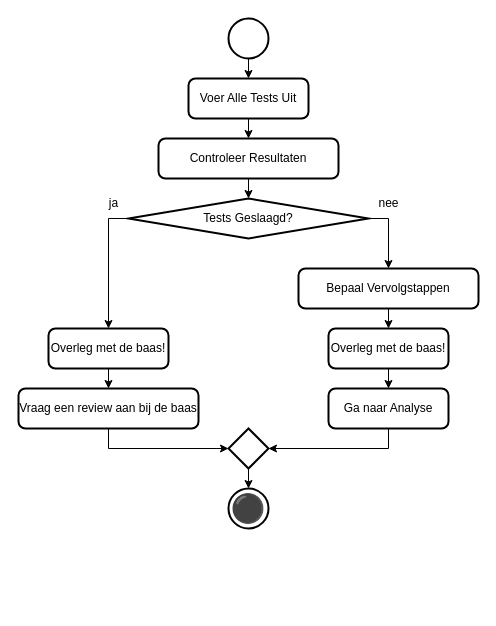
Earlier version of the draw.io diagram 5 Issue Tracker test.drawio (Zaibatsu89/IssueTracker). Source tidied: cells renumbered, new cells numbered last; positions are measured from the earlier drawing's top-left corner, leaving out a move shared by most shapes. Both pictures are drawn from the tidied source at 100%, with x=0, y=0 at pixel (18, 18).
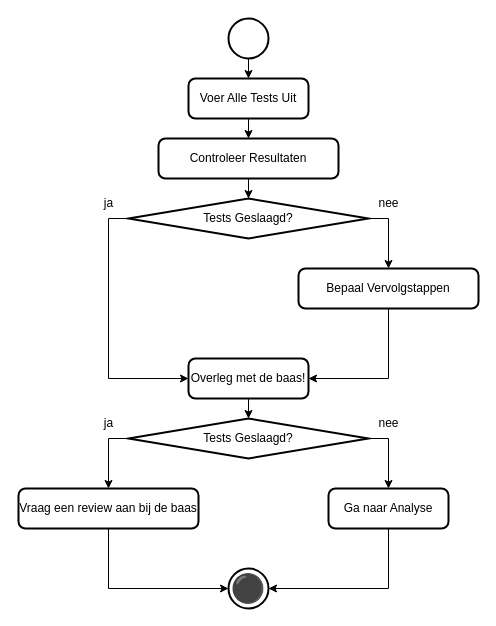
The same diagram, later.

The change refers to these unchanged cells:
```xml
<mxCell id="9" value="Tests Geslaagd?" style="strokeWidth=2;html=1;shape=mxgraph.flowchart.decision;whiteSpace=wrap;" parent="1" vertex="1">
  <mxGeometry x="110" y="180" width="240" height="40" as="geometry" />
</mxCell>
<mxCell id="13" value="Bepaal Vervolgstappen" style="rounded=1;whiteSpace=wrap;html=1;absoluteArcSize=1;arcSize=14;strokeWidth=2;" parent="1" vertex="1">
  <mxGeometry x="280" y="250" width="180" height="40" as="geometry" />
</mxCell>
```

What changed in the source:
```diff
@@
-    <mxCell id="8" style="edgeStyle=orthogonalEdgeStyle;rounded=0;jettySize=auto;html=1;exitX=0;exitY=0.5;exitDx=0;exitDy=0;exitPerimeter=0;entryX=0.5;entryY=0;entryDx=0;entryDy=0;" parent="1" edge="1" source="9" target="23">
-      <mxGeometry relative="1" as="geometry" />
-    </mxCell>
+    <mxCell id="26" style="edgeStyle=orthogonalEdgeStyle;rounded=0;jettySize=auto;html=1;exitX=0;exitY=0.5;exitDx=0;exitDy=0;exitPerimeter=0;entryX=0;entryY=0.5;entryDx=0;entryDy=0;" parent="1" edge="1" source="9" target="25">
+      <mxGeometry relative="1" as="geometry" />
+    </mxCell>
@@
     <mxCell id="11" value="Vraag een review aan bij de baas" style="rounded=1;whiteSpace=wrap;html=1;absoluteArcSize=1;arcSize=14;strokeWidth=2;" parent="1" vertex="1">
-      <mxGeometry y="370" width="180" height="40" as="geometry" />
+      <mxGeometry y="470" width="180" height="40" as="geometry" />
     </mxCell>
-    <mxCell id="12" style="edgeStyle=orthogonalEdgeStyle;rounded=0;jettySize=auto;html=1;exitX=0.5;exitY=1;exitDx=0;exitDy=0;entryX=0.5;entryY=0;entryDx=0;entryDy=0;" parent="1" edge="1" source="13" target="25">
+    <mxCell id="12" style="edgeStyle=orthogonalEdgeStyle;rounded=0;jettySize=auto;html=1;exitX=0.5;exitY=1;exitDx=0;exitDy=0;entryX=1;entryY=0.5;entryDx=0;entryDy=0;" parent="1" edge="1" source="13" target="25">
       <mxGeometry relative="1" as="geometry" />
     </mxCell>
@@
     <mxCell id="14" value="Ga naar Analyse" style="rounded=1;whiteSpace=wrap;html=1;absoluteArcSize=1;arcSize=14;strokeWidth=2;" parent="1" vertex="1">
-      <mxGeometry x="310" y="370" width="120" height="40" as="geometry" />
+      <mxGeometry x="310" y="470" width="120" height="40" as="geometry" />
     </mxCell>
-    <mxCell id="15" style="strokeWidth=2;html=1;shape=mxgraph.flowchart.decision;whiteSpace=wrap;" parent="1" vertex="1">
-      <mxGeometry x="210" y="410" width="40" height="40" as="geometry" />
-    </mxCell>
-    <mxCell id="16" style="edgeStyle=orthogonalEdgeStyle;rounded=0;jettySize=auto;html=1;exitX=0.5;exitY=1;exitDx=0;exitDy=0;entryX=1;entryY=0.5;entryDx=0;entryDy=0;entryPerimeter=0;" parent="1" edge="1" source="14" target="15">
-      <mxGeometry relative="1" as="geometry" />
-    </mxCell>
-    <mxCell id="17" style="edgeStyle=orthogonalEdgeStyle;rounded=0;jettySize=auto;html=1;exitX=0.5;exitY=1;exitDx=0;exitDy=0;entryX=0;entryY=0.5;entryDx=0;entryDy=0;entryPerimeter=0;" parent="1" edge="1" source="11" target="15">
-      <mxGeometry relative="1" as="geometry" />
-    </mxCell>
     <mxCell id="18" value="⚫" style="strokeWidth=2;html=1;shape=mxgraph.flowchart.start_2;whiteSpace=wrap;fontSize=28;" parent="1" vertex="1">
-      <mxGeometry x="210" y="470" width="40" height="40" as="geometry" />
+      <mxGeometry x="210" y="550" width="40" height="40" as="geometry" />
     </mxCell>
-    <mxCell id="19" style="edgeStyle=orthogonalEdgeStyle;rounded=0;jettySize=auto;html=1;exitX=0.5;exitY=1;exitDx=0;exitDy=0;exitPerimeter=0;entryX=0.5;entryY=0;entryDx=0;entryDy=0;entryPerimeter=0;" parent="1" edge="1" source="15" target="18">
-      <mxGeometry relative="1" as="geometry" />
-    </mxCell>
     <mxCell id="20" value="ja" style="text;html=1;align=center;verticalAlign=middle;strokeColor=none;fillColor=none;" parent="1" vertex="1">
-      <mxGeometry x="80" y="170" width="30" height="30" as="geometry" />
+      <mxGeometry x="75" y="170" width="30" height="30" as="geometry" />
     </mxCell>
@@
-    <mxCell id="22" style="edgeStyle=orthogonalEdgeStyle;rounded=0;jettySize=auto;html=1;exitX=0.5;exitY=1;exitDx=0;exitDy=0;entryX=0.5;entryY=0;entryDx=0;entryDy=0;" parent="1" edge="1" source="23" target="11">
-      <mxGeometry relative="1" as="geometry" />
-    </mxCell>
-    <mxCell id="23" value="Overleg met de baas!" style="rounded=1;whiteSpace=wrap;html=1;absoluteArcSize=1;arcSize=14;strokeWidth=2;" parent="1" vertex="1">
-      <mxGeometry x="30" y="310" width="120" height="40" as="geometry" />
-    </mxCell>
-    <mxCell id="24" style="edgeStyle=orthogonalEdgeStyle;rounded=0;jettySize=auto;html=1;exitX=0.5;exitY=1;exitDx=0;exitDy=0;entryX=0.5;entryY=0;entryDx=0;entryDy=0;" parent="1" edge="1" source="25" target="14">
-      <mxGeometry relative="1" as="geometry" />
-    </mxCell>
     <mxCell id="25" value="Overleg met de baas!" style="rounded=1;whiteSpace=wrap;html=1;absoluteArcSize=1;arcSize=14;strokeWidth=2;" parent="1" vertex="1">
-      <mxGeometry x="310" y="310" width="120" height="40" as="geometry" />
+      <mxGeometry x="170" y="340" width="120" height="40" as="geometry" />
     </mxCell>
+    <mxCell id="27" style="edgeStyle=orthogonalEdgeStyle;rounded=0;jettySize=auto;html=1;exitX=0;exitY=0.5;exitDx=0;exitDy=0;exitPerimeter=0;entryX=0.5;entryY=0;entryDx=0;entryDy=0;" parent="1" edge="1" source="29" target="11">
+      <mxGeometry relative="1" as="geometry" />
+    </mxCell>
+    <mxCell id="28" style="edgeStyle=orthogonalEdgeStyle;rounded=0;jettySize=auto;html=1;exitX=1;exitY=0.5;exitDx=0;exitDy=0;exitPerimeter=0;entryX=0.5;entryY=0;entryDx=0;entryDy=0;" parent="1" edge="1" source="29" target="14">
+      <mxGeometry relative="1" as="geometry" />
+    </mxCell>
+    <mxCell id="29" value="Tests Geslaagd?" style="strokeWidth=2;html=1;shape=mxgraph.flowchart.decision;whiteSpace=wrap;" parent="1" vertex="1">
+      <mxGeometry x="110" y="400" width="240" height="40" as="geometry" />
+    </mxCell>
+    <mxCell id="30" value="ja" style="text;html=1;align=center;verticalAlign=middle;strokeColor=none;fillColor=none;" parent="1" vertex="1">
+      <mxGeometry x="75" y="390" width="30" height="30" as="geometry" />
+    </mxCell>
+    <mxCell id="31" value="nee" style="text;html=1;align=center;verticalAlign=middle;strokeColor=none;fillColor=none;" parent="1" vertex="1">
+      <mxGeometry x="350" y="390" width="40" height="30" as="geometry" />
+    </mxCell>
+    <mxCell id="32" style="edgeStyle=orthogonalEdgeStyle;rounded=0;jettySize=auto;html=1;exitX=0.5;exitY=1;exitDx=0;exitDy=0;entryX=0.5;entryY=0;entryDx=0;entryDy=0;entryPerimeter=0;" parent="1" edge="1" source="25" target="29">
+      <mxGeometry relative="1" as="geometry" />
+    </mxCell>
+    <mxCell id="33" style="edgeStyle=orthogonalEdgeStyle;rounded=0;jettySize=auto;html=1;exitX=0.5;exitY=1;exitDx=0;exitDy=0;entryX=0;entryY=0.5;entryDx=0;entryDy=0;entryPerimeter=0;" parent="1" edge="1" source="11" target="18">
+      <mxGeometry relative="1" as="geometry" />
+    </mxCell>
+    <mxCell id="34" style="edgeStyle=orthogonalEdgeStyle;rounded=0;jettySize=auto;html=1;exitX=0.5;exitY=1;exitDx=0;exitDy=0;entryX=1;entryY=0.5;entryDx=0;entryDy=0;entryPerimeter=0;" parent="1" edge="1" source="14" target="18">
+      <mxGeometry relative="1" as="geometry" />
+    </mxCell>
```
